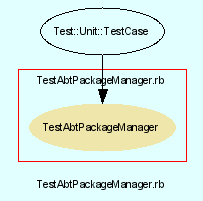
The Graphviz diagram src/trunk/doc/dot/f_12.png in eschabell/abtlinux, before a commit. Its source is kept beside it as src/trunk/doc/dot/f_12.dot.
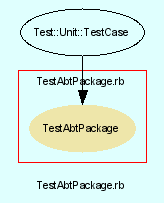
The same diagram one commit later.

What changed in the source:
```diff
@@ -3,24 +3,24 @@
     bgcolor = lightcyan1
     fontname = Arial
     fontsize = 8
-    label = "TestAbtPackageManager.rb"
+    label = "TestAbtPackage.rb"
     node [
         fontname = Arial,
         fontsize = 8,
         color = black
     ]
 
-    subgraph cluster_13 {
+    subgraph cluster_12 {
         fontname = Arial
         color = red
-        label = "TestAbtPackageManager.rb"
-        TestAbtPackageManager [
+        label = "TestAbtPackage.rb"
+        TestAbtPackage [
             fontcolor = black,
-            URL = "classes/TestAbtPackageManager.html",
+            URL = "classes/TestAbtPackage.html",
             shape = ellipse,
             color = palegoldenrod,
             style = filled,
-            label = "TestAbtPackageManager"
+            label = "TestAbtPackage"
         ]
 
     }
@@ -30,7 +30,7 @@
         label = "Test::Unit::TestCase"
     ]
 
-    Test__Unit__TestCase -> TestAbtPackageManager [
+    Test__Unit__TestCase -> TestAbtPackage [
 
     ]
 
```
